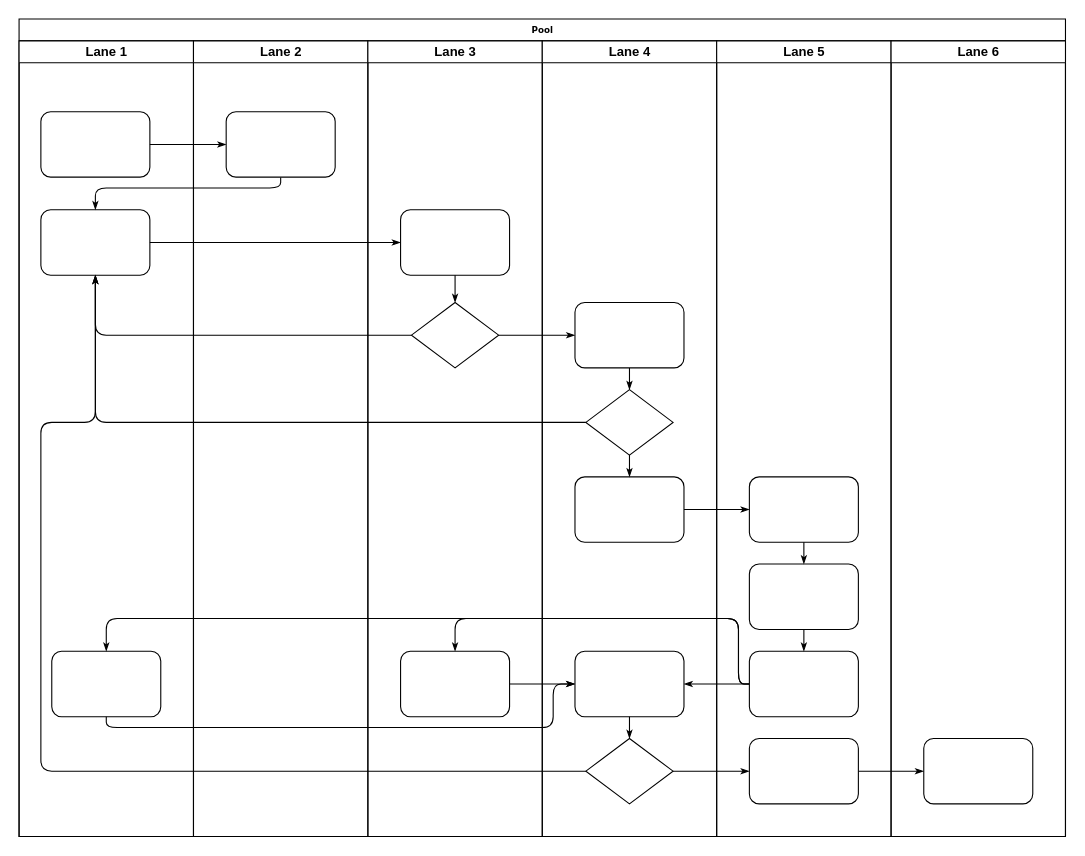
Before: 未命名绘图.drawio in mustang88/pmp, a draw.io diagram. Source tidied: cells renumbered, new cells numbered last; positions are measured from the earlier drawing's top-left corner, leaving out a move shared by most shapes. Both pictures are drawn from the tidied source at 109%, with x=0, y=0 at pixel (19, 19).
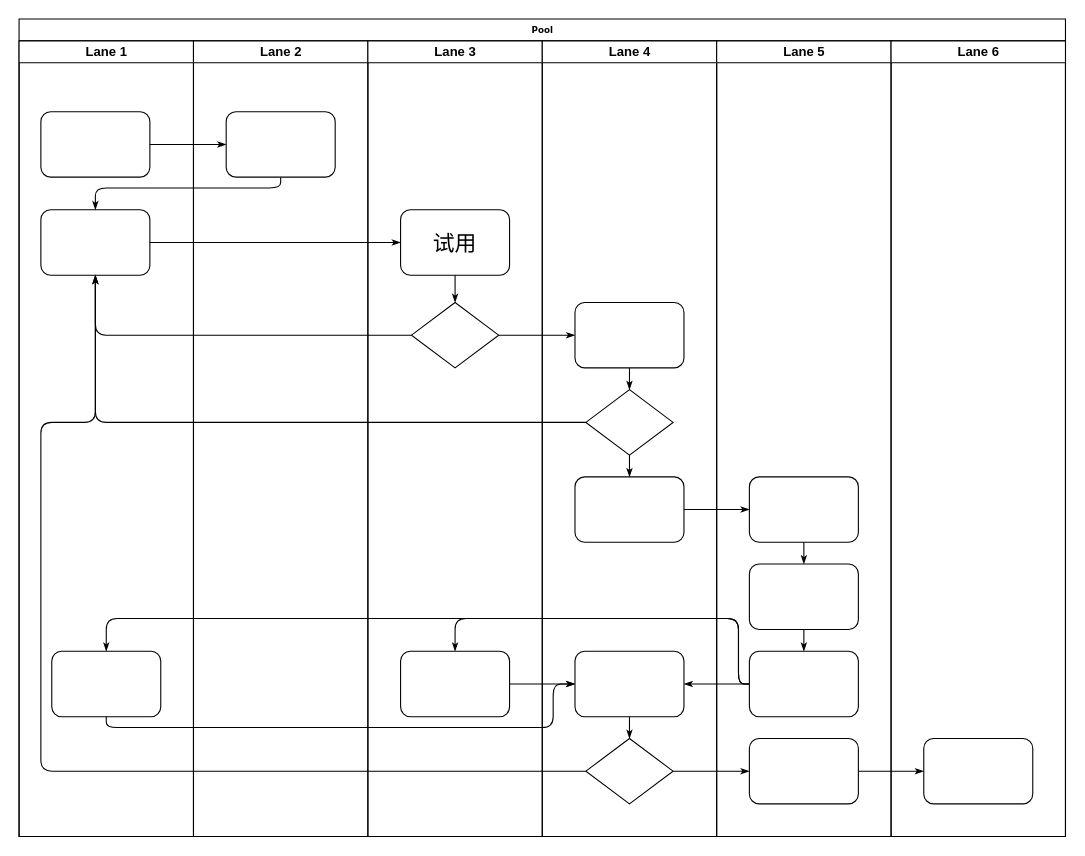
The same diagram, later.

Commit message:
更新未命名绘图.drawio

Unchanged cells that the change refers to:
```xml
<mxCell id="24" value="Lane 3" style="swimlane;html=1;startSize=20;" parent="2" vertex="1">
  <mxGeometry x="320" y="20" width="160" height="730" as="geometry" />
</mxCell>
```

The edit, as a diff of the source:
```diff
@@
-    <mxCell id="25" style="rounded=1;whiteSpace=wrap;html=1;shadow=0;labelBackgroundColor=none;strokeWidth=1;fontFamily=Verdana;fontSize=8;align=center;" parent="24" vertex="1">
+    <mxCell id="25" value="&lt;font style=&quot;font-size: 20px;&quot;&gt;试用&lt;br&gt;&lt;/font&gt;" style="rounded=1;whiteSpace=wrap;html=1;shadow=0;labelBackgroundColor=none;strokeWidth=1;fontFamily=Verdana;fontSize=8;align=center;" parent="24" vertex="1">
       <mxGeometry x="30" y="155" width="100" height="60" as="geometry" />
     </mxCell>
```
